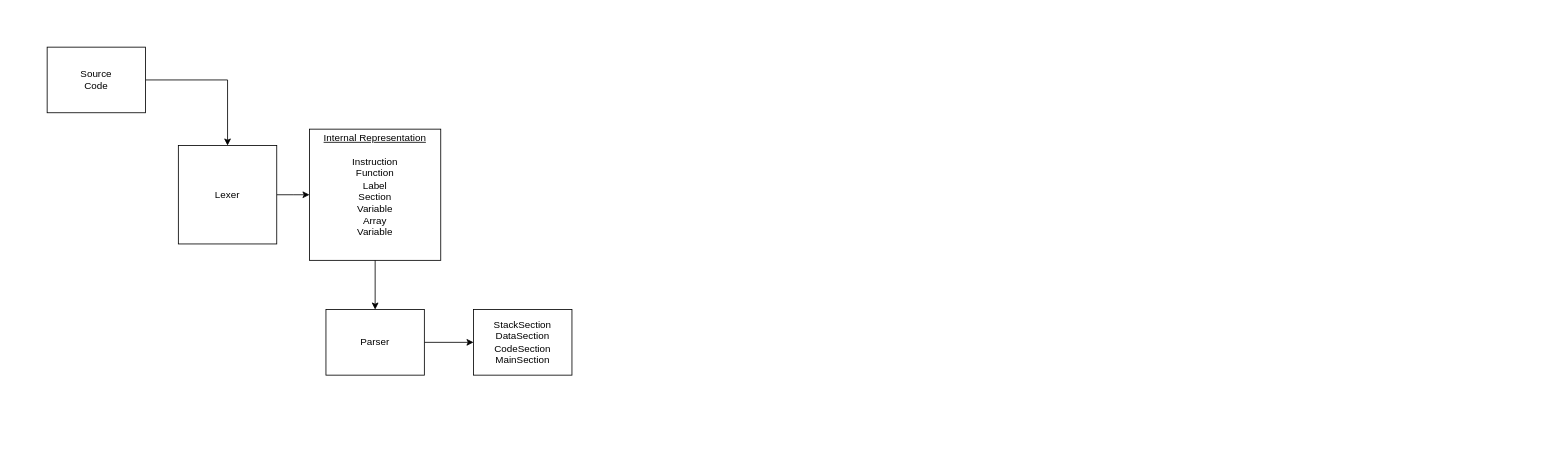
Before: Untitled Diagram.drawio in lnikon/virtual_machine, a draw.io diagram. Source tidied: cells renumbered, new cells numbered last; positions are measured from the earlier drawing's top-left corner, leaving out a move shared by most shapes. Both pictures are drawn from the tidied source at 82%, with x=0, y=0 at pixel (47, 47).
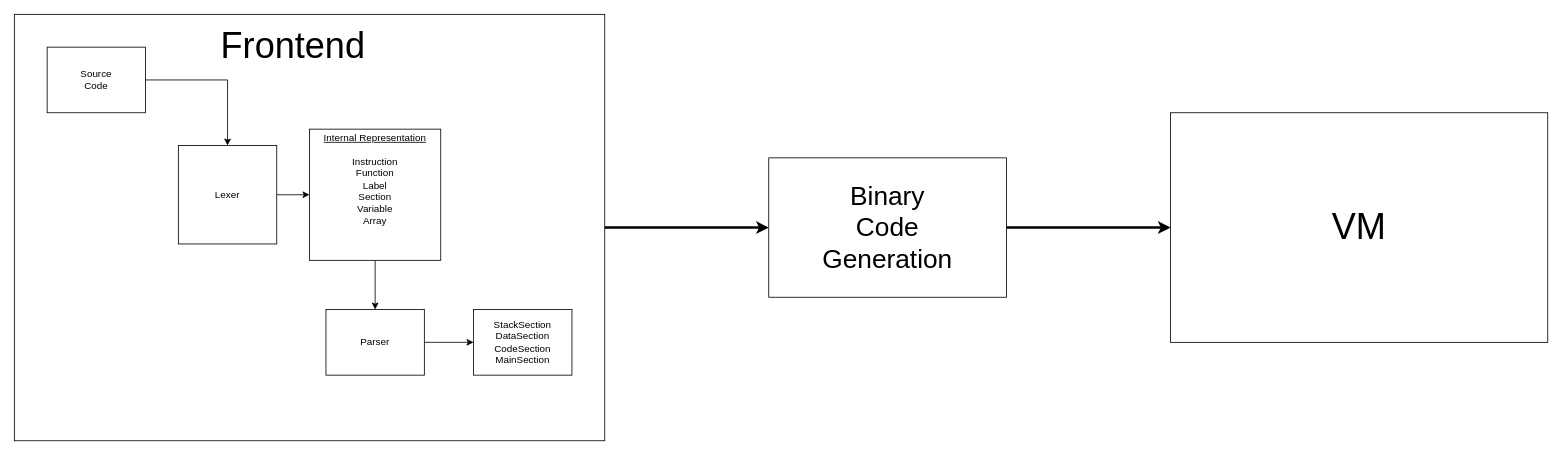
The same diagram, later.

Change to the diagram source:
```diff
@@
+    <mxCell id="11" style="rounded=0;whiteSpace=wrap;html=1;" parent="1" vertex="1">
+      <mxGeometry x="-40" y="-40" width="720" height="520" as="geometry" />
+    </mxCell>
@@
-    <mxCell id="10" value="&lt;p style=&quot;margin: 0px ; margin-top: 4px ; text-align: center ; text-decoration: underline&quot;&gt;Internal Representation&lt;/p&gt;&lt;div align=&quot;center&quot;&gt;&lt;br&gt;&lt;/div&gt;&lt;div align=&quot;center&quot;&gt;Instruction&lt;/div&gt;&lt;div align=&quot;center&quot;&gt;Function&lt;/div&gt;&lt;div align=&quot;center&quot;&gt;Label&lt;/div&gt;&lt;div align=&quot;center&quot;&gt;Section&lt;/div&gt;&lt;div align=&quot;center&quot;&gt;Variable&lt;br&gt;&lt;/div&gt;&lt;div align=&quot;center&quot;&gt;Array&lt;/div&gt;&lt;div align=&quot;center&quot;&gt;Variable&lt;br&gt;&lt;/div&gt;" style="verticalAlign=top;align=left;overflow=fill;fontSize=12;fontFamily=Helvetica;html=1;" parent="1" vertex="1">
+    <mxCell id="10" value="&lt;p style=&quot;margin: 0px ; margin-top: 4px ; text-align: center ; text-decoration: underline&quot;&gt;Internal Representation&lt;/p&gt;&lt;div align=&quot;center&quot;&gt;&lt;br&gt;&lt;/div&gt;&lt;div align=&quot;center&quot;&gt;Instruction&lt;/div&gt;&lt;div align=&quot;center&quot;&gt;Function&lt;/div&gt;&lt;div align=&quot;center&quot;&gt;Label&lt;/div&gt;&lt;div align=&quot;center&quot;&gt;Section&lt;/div&gt;&lt;div align=&quot;center&quot;&gt;Variable&lt;br&gt;&lt;/div&gt;&lt;div align=&quot;center&quot;&gt;Array&lt;/div&gt;" style="verticalAlign=top;align=left;overflow=fill;fontSize=12;fontFamily=Helvetica;html=1;" parent="1" vertex="1">
       <mxGeometry x="320" y="100" width="160" height="160" as="geometry" />
     </mxCell>
+    <mxCell id="12" value="&lt;div style=&quot;font-size: 44px&quot;&gt;&lt;font style=&quot;font-size: 44px&quot;&gt;Frontend&lt;/font&gt;&lt;/div&gt;&lt;div style=&quot;font-size: 44px&quot;&gt;&lt;font style=&quot;font-size: 44px&quot;&gt;&lt;br&gt;&lt;/font&gt;&lt;/div&gt;" style="text;html=1;align=left;verticalAlign=top;spacingTop=-4;" parent="1" vertex="1">
+      <mxGeometry x="210" y="-30" width="190" height="30" as="geometry" />
+    </mxCell>
+    <mxCell id="13" style="edgeStyle=orthogonalEdgeStyle;rounded=0;jettySize=auto;html=1;strokeWidth=3;" parent="1" edge="1" source="11" target="14">
+      <mxGeometry relative="1" as="geometry" />
+    </mxCell>
+    <mxCell id="14" value="&lt;div style=&quot;font-size: 32px&quot;&gt;&lt;font style=&quot;font-size: 32px&quot;&gt;Binary &lt;br&gt;&lt;/font&gt;&lt;/div&gt;&lt;div style=&quot;font-size: 32px&quot;&gt;&lt;font style=&quot;font-size: 32px&quot;&gt;Code&lt;/font&gt;&lt;/div&gt;&lt;div style=&quot;font-size: 32px&quot; align=&quot;left&quot;&gt;&lt;font style=&quot;font-size: 32px&quot;&gt;Generation&lt;br&gt;&lt;/font&gt;&lt;/div&gt;" style="rounded=0;whiteSpace=wrap;html=1;" parent="1" vertex="1">
+      <mxGeometry x="880" y="135" width="290" height="170" as="geometry" />
+    </mxCell>
+    <mxCell id="15" style="edgeStyle=orthogonalEdgeStyle;rounded=0;orthogonalLoop=1;jettySize=auto;html=1;strokeWidth=3;" parent="1" edge="1">
+      <mxGeometry relative="1" as="geometry">
+        <mxPoint x="1170" y="220" as="sourcePoint" />
+        <mxPoint x="1370" y="220" as="targetPoint" />
+      </mxGeometry>
+    </mxCell>
+    <mxCell id="16" value="&lt;font style=&quot;font-size: 44px&quot;&gt;VM&lt;/font&gt;" style="rounded=0;whiteSpace=wrap;html=1;" parent="1" vertex="1">
+      <mxGeometry x="1370" y="80" width="460" height="280" as="geometry" />
+    </mxCell>
```
